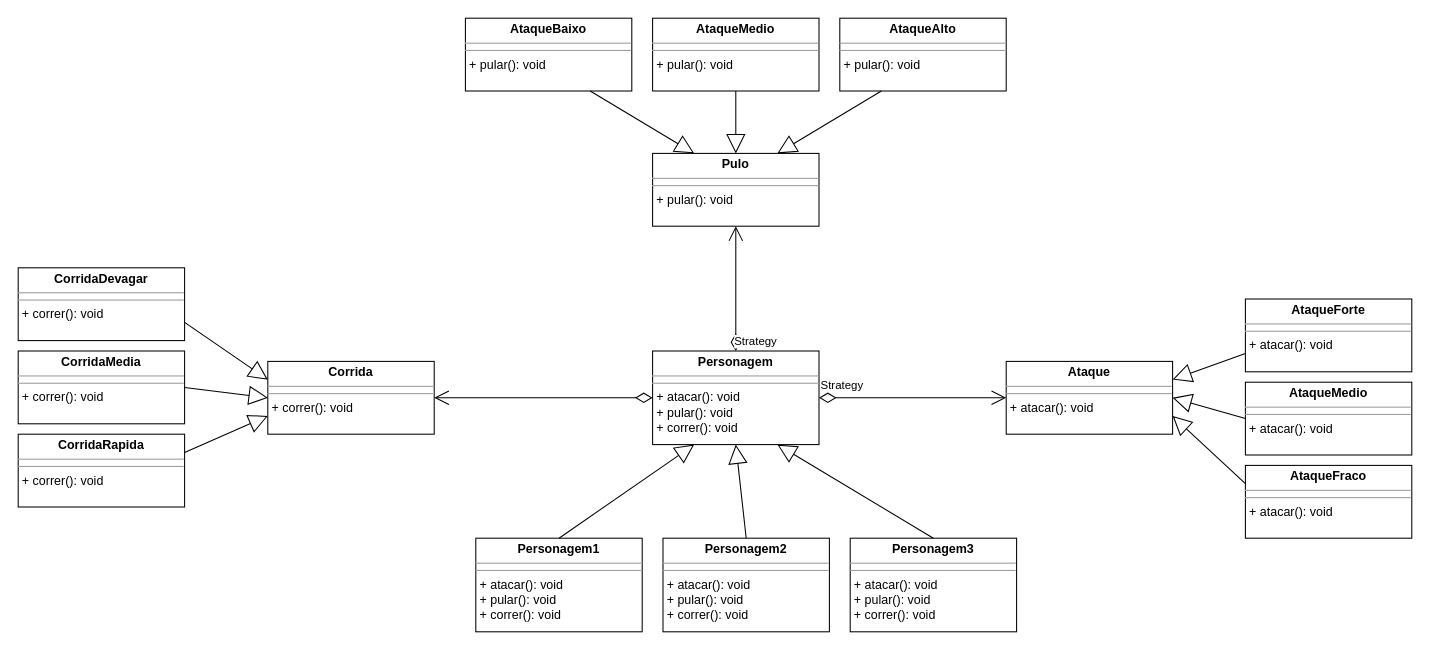
Before: P1.drawio in annaletycia/POO1, a draw.io diagram. Source tidied: cells renumbered, new cells numbered last; positions are measured from the earlier drawing's top-left corner, leaving out a move shared by most shapes. Both pictures are drawn from the tidied source at 104%, with x=0, y=0 at pixel (18, 18).
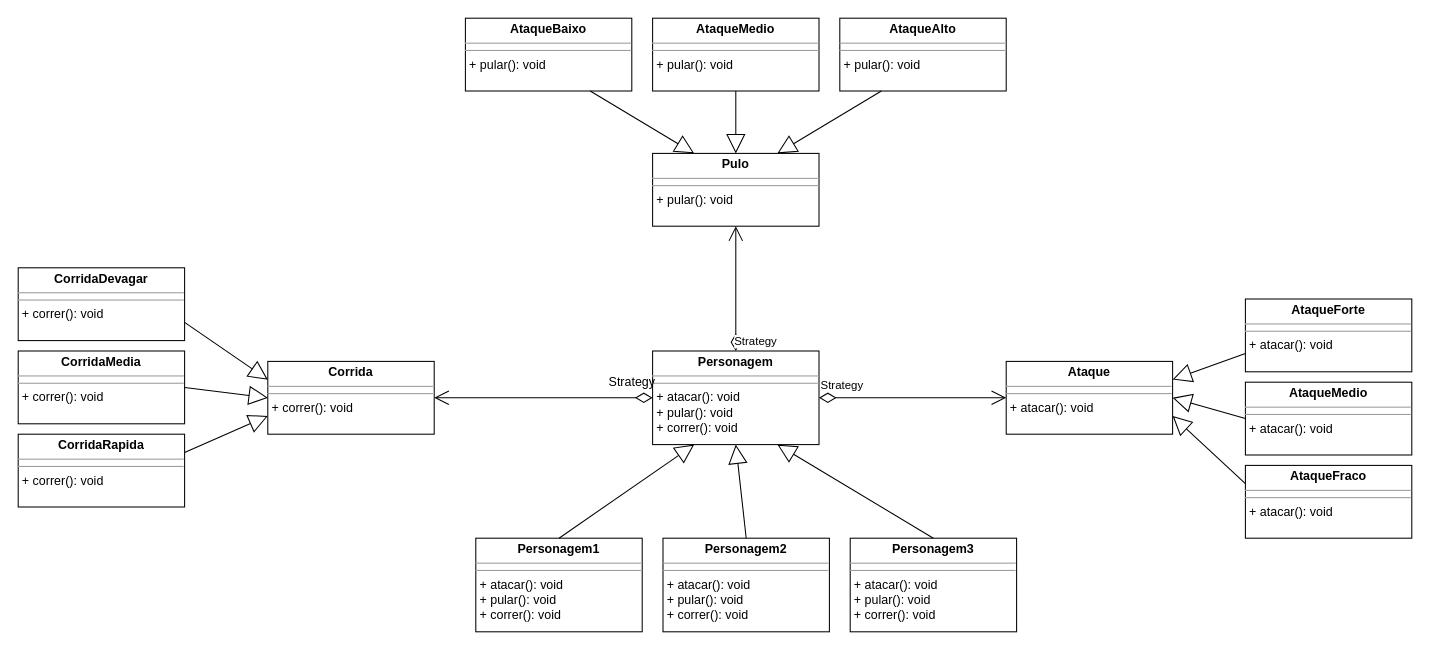
The same diagram, later.

What changed in the source:
```diff
@@
+    <mxCell id="34" value="Strategy" style="text;html=1;align=center;verticalAlign=middle;strokeColor=none;fillColor=none;" parent="1" vertex="1">
+      <mxGeometry x="560" y="340" width="60" height="20" as="geometry" />
+    </mxCell>
```
